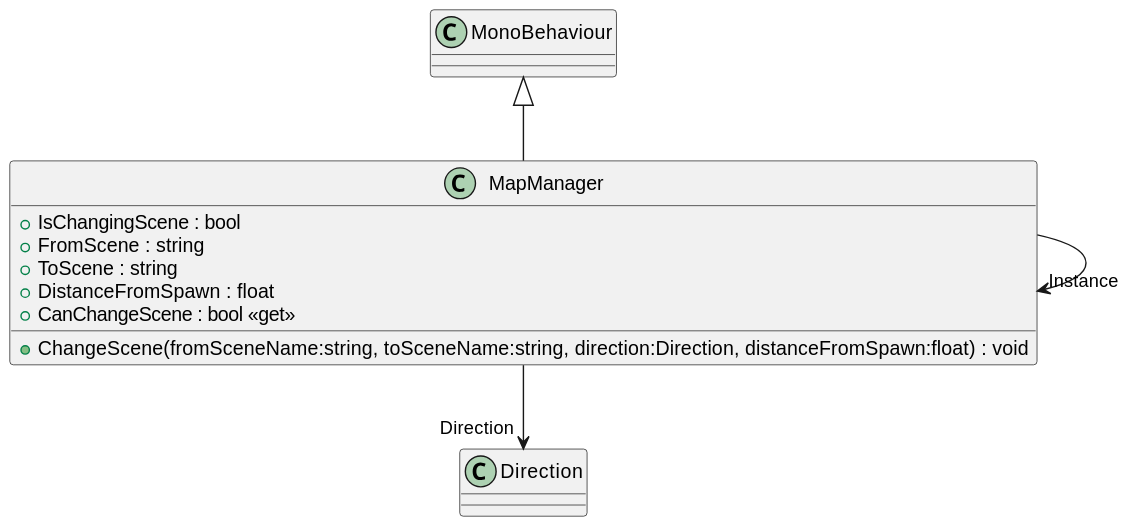
KawinM23/TakeControl keeps this PlantUML diagram as UML/Manager/MapManager.svg. Above is the earlier version. Source of this version:
```plantuml
@startuml
class MapManager {
    + IsChangingScene : bool
    + FromScene : string
    + ToScene : string
    + DistanceFromSpawn : float
    + CanChangeScene : bool <<get>>
    + ChangeScene(fromSceneName:string, toSceneName:string, direction:Direction, distanceFromSpawn:float) : void
}
MonoBehaviour <|-- MapManager
MapManager --> "Instance" MapManager
MapManager --> "Direction" Direction
@enduml
```
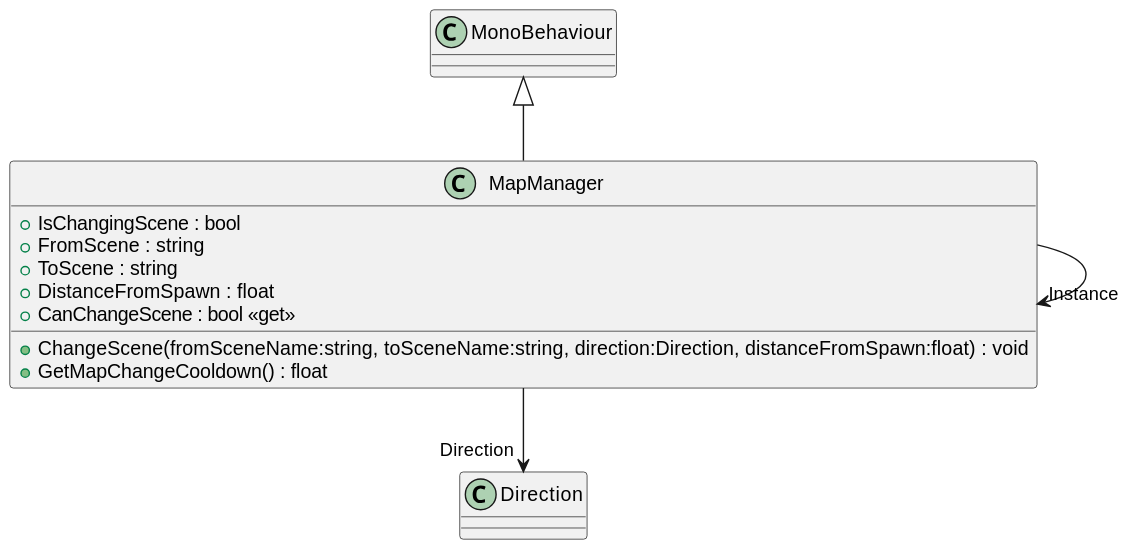
Above is the later version.

Commit message:
ci: generate uml (Generate UML)

Diff of the diagram source:
```diff
@@ -6,6 +6,7 @@
     + DistanceFromSpawn : float
     + CanChangeScene : bool <<get>>
     + ChangeScene(fromSceneName:string, toSceneName:string, direction:Direction, distanceFromSpawn:float) : void
+    + GetMapChangeCooldown() : float
 }
 MonoBehaviour <|-- MapManager
 MapManager --> "Instance" MapManager
```
